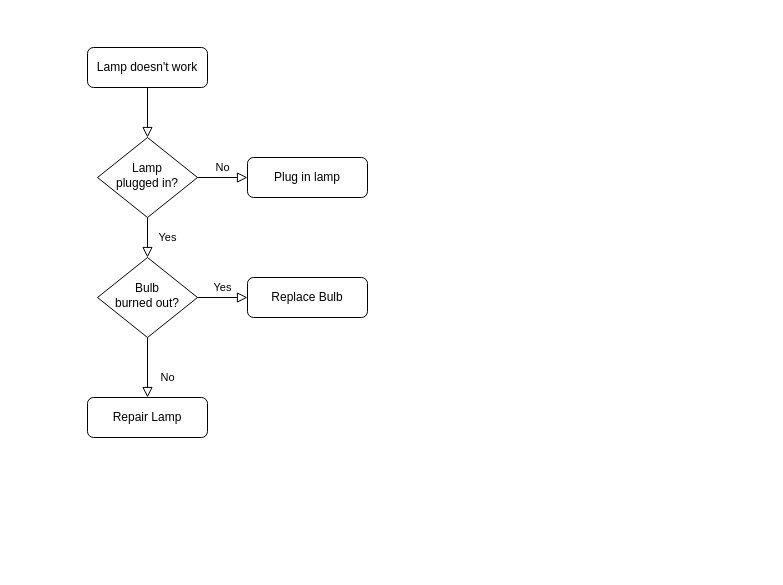
virtualitypage/draw.io keeps this draw.io diagram as ネットワーク構成図/mv_volumes_for_Samba.drawio. Above is the earlier version. Source tidied: cells renumbered, new cells numbered last; positions are measured from the earlier drawing's top-left corner, leaving out a move shared by most shapes. Both pictures are drawn from the tidied source at 100%, with x=0, y=0 at pixel (87, 47).
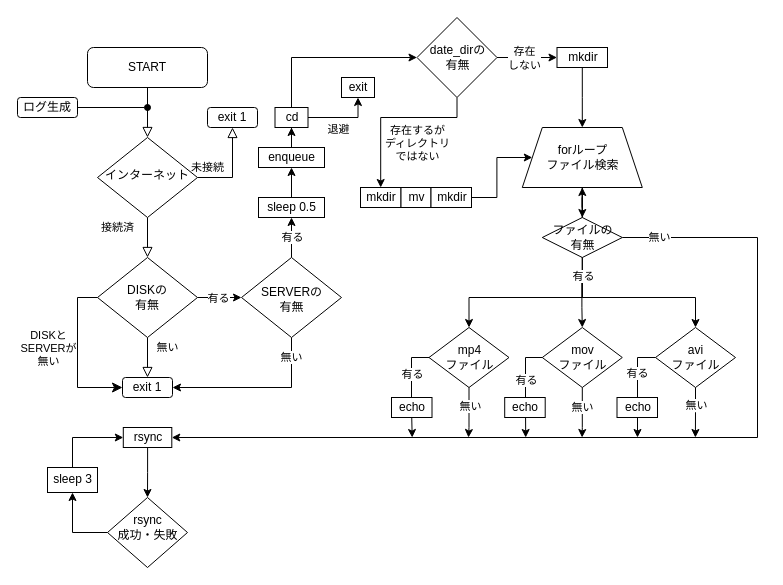
After the change.

Change to the diagram source:
```diff
@@
-    <mxCell id="3" value="Lamp doesn't work" style="rounded=1;whiteSpace=wrap;html=1;fontSize=12;glass=0;strokeWidth=1;shadow=0;" parent="1" vertex="1">
+    <mxCell id="3" value="START" style="rounded=1;whiteSpace=wrap;html=1;fontSize=12;glass=0;strokeWidth=1;shadow=0;" parent="1" vertex="1">
       <mxGeometry width="120" height="40" as="geometry" />
     </mxCell>
-    <mxCell id="4" value="Yes" style="rounded=0;html=1;jettySize=auto;fontSize=11;endArrow=block;endFill=0;endSize=8;strokeWidth=1;shadow=0;labelBackgroundColor=none;edgeStyle=orthogonalEdgeStyle;" parent="1" edge="1" source="6" target="10">
-      <mxGeometry y="20" relative="1" as="geometry" />
+    <mxCell id="4" value="接続済" style="rounded=0;html=1;jettySize=auto;fontSize=11;endArrow=block;endFill=0;endSize=8;strokeWidth=1;shadow=0;labelBackgroundColor=none;edgeStyle=orthogonalEdgeStyle;" parent="1" edge="1" source="6" target="10">
+      <mxGeometry x="-0.5" y="-30" relative="1" as="geometry" />
     </mxCell>
-    <mxCell id="5" value="No" style="edgeStyle=orthogonalEdgeStyle;rounded=0;html=1;jettySize=auto;fontSize=11;endArrow=block;endFill=0;endSize=8;strokeWidth=1;shadow=0;labelBackgroundColor=none;" parent="1" edge="1" source="6" target="7">
-      <mxGeometry y="10" relative="1" as="geometry" />
+    <mxCell id="5" value="未接続" style="edgeStyle=orthogonalEdgeStyle;rounded=0;html=1;jettySize=auto;orthogonalLoop=1;fontSize=11;endArrow=block;endFill=0;endSize=8;strokeWidth=1;shadow=0;labelBackgroundColor=none;exitX=1;exitY=0.5;exitDx=0;exitDy=0;entryX=0.5;entryY=1;entryDx=0;entryDy=0;" parent="1" edge="1">
+      <mxGeometry x="-0.76" y="10" relative="1" as="geometry">
+        <mxPoint x="110" y="130" as="sourcePoint" />
+        <mxPoint x="145" y="80" as="targetPoint" />
+        <Array as="points">
+          <mxPoint x="145" y="130" />
+        </Array>
+      </mxGeometry>
     </mxCell>
-    <mxCell id="6" value="Lamp&lt;br&gt;plugged in?" style="rhombus;whiteSpace=wrap;html=1;shadow=0;fontFamily=Helvetica;fontSize=12;align=center;strokeWidth=1;spacing=6;spacingTop=-4;" parent="1" vertex="1">
+    <mxCell id="6" value="インターネット" style="rhombus;whiteSpace=wrap;html=1;shadow=0;fontFamily=Helvetica;fontSize=12;align=center;strokeWidth=1;spacing=6;spacingTop=-4;" parent="1" vertex="1">
       <mxGeometry x="10" y="90" width="100" height="80" as="geometry" />
     </mxCell>
-    <mxCell id="7" value="Plug in lamp" style="rounded=1;whiteSpace=wrap;html=1;fontSize=12;glass=0;strokeWidth=1;shadow=0;" parent="1" vertex="1">
-      <mxGeometry x="160" y="110" width="120" height="40" as="geometry" />
+    <mxCell id="7" value="exit 1" style="rounded=1;whiteSpace=wrap;html=1;fontSize=12;glass=0;strokeWidth=1;shadow=0;" parent="1" vertex="1">
+      <mxGeometry x="120" y="60" width="50" height="20" as="geometry" />
     </mxCell>
-    <mxCell id="8" value="No" style="rounded=0;html=1;jettySize=auto;fontSize=11;endArrow=block;endFill=0;endSize=8;strokeWidth=1;shadow=0;labelBackgroundColor=none;edgeStyle=orthogonalEdgeStyle;" parent="1" edge="1" source="10" target="11">
-      <mxGeometry x="0.33" y="20" relative="1" as="geometry" />
+    <mxCell id="8" value="無い" style="rounded=0;html=1;jettySize=auto;fontSize=11;endArrow=block;endFill=0;endSize=8;strokeWidth=1;shadow=0;labelBackgroundColor=none;edgeStyle=orthogonalEdgeStyle;" parent="1" edge="1" source="10" target="11">
+      <mxGeometry x="-0.5" y="20" relative="1" as="geometry" />
     </mxCell>
-    <mxCell id="9" value="Yes" style="edgeStyle=orthogonalEdgeStyle;rounded=0;html=1;jettySize=auto;fontSize=11;endArrow=block;endFill=0;endSize=8;strokeWidth=1;shadow=0;labelBackgroundColor=none;" parent="1" edge="1" source="10" target="12">
-      <mxGeometry y="10" relative="1" as="geometry" />
-    </mxCell>
+    <mxCell id="13" style="edgeStyle=orthogonalEdgeStyle;rounded=0;jettySize=auto;html=1;" parent="1" edge="1" source="10" target="22">
+      <mxGeometry relative="1" as="geometry" />
+    </mxCell>
+    <mxCell id="14" value="有る" style="edgeLabel;html=1;align=center;verticalAlign=middle;" parent="13" vertex="1">
+      <mxGeometry x="-0.48" relative="1" as="geometry">
+        <mxPoint x="9" as="offset" />
+      </mxGeometry>
+    </mxCell>
-    <mxCell id="10" value="Bulb&lt;br&gt;burned out?" style="rhombus;whiteSpace=wrap;html=1;shadow=0;fontFamily=Helvetica;fontSize=12;align=center;strokeWidth=1;spacing=6;spacingTop=-4;" parent="1" vertex="1">
+    <mxCell id="10" value="DISKの&lt;div&gt;有無&lt;/div&gt;" style="rhombus;whiteSpace=wrap;html=1;shadow=0;fontFamily=Helvetica;fontSize=12;align=center;strokeWidth=1;spacing=6;spacingTop=0;" parent="1" vertex="1">
       <mxGeometry x="10" y="210" width="100" height="80" as="geometry" />
     </mxCell>
-    <mxCell id="11" value="Repair Lamp" style="rounded=1;whiteSpace=wrap;html=1;fontSize=12;glass=0;strokeWidth=1;shadow=0;" parent="1" vertex="1">
-      <mxGeometry y="350" width="120" height="40" as="geometry" />
+    <mxCell id="11" value="exit 1" style="rounded=1;whiteSpace=wrap;html=1;fontSize=12;glass=0;strokeWidth=1;shadow=0;" parent="1" vertex="1">
+      <mxGeometry x="35" y="330" width="50" height="20" as="geometry" />
     </mxCell>
-    <mxCell id="12" value="Replace Bulb" style="rounded=1;whiteSpace=wrap;html=1;fontSize=12;glass=0;strokeWidth=1;shadow=0;" parent="1" vertex="1">
-      <mxGeometry x="160" y="230" width="120" height="40" as="geometry" />
-    </mxCell>
+    <mxCell id="15" style="edgeStyle=elbowEdgeStyle;elbow=vertical;endArrow=classic;html=1;curved=0;rounded=0;endSize=8;startSize=8;hachureGap=4;fontFamily=Architects Daughter;exitX=0;exitY=0.5;exitDx=0;exitDy=0;entryX=0;entryY=0.5;entryDx=0;entryDy=0;" parent="1" edge="1" source="10" target="11">
+      <mxGeometry relative="1" as="geometry">
+        <Array as="points">
+          <mxPoint x="-10" y="310" />
+        </Array>
+      </mxGeometry>
+    </mxCell>
+    <mxCell id="16" value="DISKと&lt;div&gt;SERVERが&lt;/div&gt;&lt;div&gt;無い&lt;/div&gt;" style="edgeLabel;html=1;align=center;verticalAlign=middle;" parent="15" vertex="1">
+      <mxGeometry x="-0.66" y="1" relative="1" as="geometry">
+        <mxPoint x="-31" y="44" as="offset" />
+      </mxGeometry>
+    </mxCell>
+    <mxCell id="17" style="edgeStyle=orthogonalEdgeStyle;rounded=0;orthogonalLoop=1;jettySize=auto;html=1;endArrow=oval;endFill=1;" parent="1" edge="1">
+      <mxGeometry relative="1" as="geometry">
+        <mxPoint x="-10" y="60" as="sourcePoint" />
+        <mxPoint x="60" y="60" as="targetPoint" />
+      </mxGeometry>
+    </mxCell>
+    <mxCell id="18" value="ログ生成" style="rounded=1;whiteSpace=wrap;html=1;fontSize=12;glass=0;strokeWidth=1;shadow=0;" parent="1" vertex="1">
+      <mxGeometry x="-70" y="50" width="60" height="20" as="geometry" />
+    </mxCell>
+    <mxCell id="19" style="edgeStyle=orthogonalEdgeStyle;rounded=0;jettySize=auto;html=1;" parent="1" edge="1" source="22" target="24">
+      <mxGeometry relative="1" as="geometry" />
+    </mxCell>
+    <mxCell id="20" value="有る" style="edgeLabel;html=1;align=center;verticalAlign=middle;" parent="19" vertex="1">
+      <mxGeometry x="-0.22" relative="1" as="geometry">
+        <mxPoint y="-5" as="offset" />
+      </mxGeometry>
+    </mxCell>
+    <mxCell id="21" value="無い" style="edgeStyle=orthogonalEdgeStyle;rounded=0;jettySize=auto;html=1;entryX=1;entryY=0.5;entryDx=0;entryDy=0;" parent="1" edge="1" source="22" target="11">
+      <mxGeometry x="-0.76" relative="1" as="geometry">
+        <Array as="points">
+          <mxPoint x="204" y="340" />
+        </Array>
+      </mxGeometry>
+    </mxCell>
+    <mxCell id="22" value="SERVERの&lt;div&gt;有無&lt;/div&gt;" style="rhombus;whiteSpace=wrap;html=1;shadow=0;fontFamily=Helvetica;fontSize=12;align=center;strokeWidth=1;spacing=6;spacingTop=3;verticalAlign=middle;horizontal=1;spacingLeft=1;" parent="1" vertex="1">
+      <mxGeometry x="154" y="210" width="100" height="80" as="geometry" />
+    </mxCell>
+    <mxCell id="23" style="edgeStyle=orthogonalEdgeStyle;rounded=0;jettySize=auto;html=1;" parent="1" edge="1" source="24" target="26">
+      <mxGeometry relative="1" as="geometry" />
+    </mxCell>
+    <mxCell id="24" value="sleep 0.5" style="whiteSpace=wrap;html=1;shadow=0;strokeWidth=1;spacing=6;spacingTop=-1;spacingLeft=1;verticalAlign=middle;" parent="1" vertex="1">
+      <mxGeometry x="171" y="150" width="66" height="20" as="geometry" />
+    </mxCell>
+    <mxCell id="25" style="edgeStyle=orthogonalEdgeStyle;rounded=0;jettySize=auto;html=1;" parent="1" edge="1" source="26" target="29">
+      <mxGeometry relative="1" as="geometry" />
+    </mxCell>
+    <mxCell id="26" value="enqueue" style="whiteSpace=wrap;html=1;shadow=0;strokeWidth=1;spacing=6;spacingTop=-1;spacingLeft=1;verticalAlign=middle;" parent="1" vertex="1">
+      <mxGeometry x="171" y="100" width="66" height="20" as="geometry" />
+    </mxCell>
+    <mxCell id="27" style="edgeStyle=orthogonalEdgeStyle;rounded=0;jettySize=auto;html=1;exitX=0.5;exitY=0;exitDx=0;exitDy=0;entryX=0;entryY=0.5;entryDx=0;entryDy=0;" parent="1" edge="1" source="29" target="35">
+      <mxGeometry relative="1" as="geometry">
+        <Array as="points">
+          <mxPoint x="204" y="10" />
+        </Array>
+      </mxGeometry>
+    </mxCell>
+    <mxCell id="28" value="退避" style="edgeLabel;html=1;align=center;verticalAlign=middle;" parent="27" vertex="1">
+      <mxGeometry x="-0.55" relative="1" as="geometry">
+        <mxPoint x="46" y="60" as="offset" />
+      </mxGeometry>
+    </mxCell>
+    <mxCell id="29" value="cd" style="whiteSpace=wrap;html=1;shadow=0;strokeWidth=1;spacing=6;spacingTop=-1;spacingLeft=1;verticalAlign=middle;" parent="1" vertex="1">
+      <mxGeometry x="187.5" y="60" width="33" height="20" as="geometry" />
+    </mxCell>
+    <mxCell id="30" value="exit" style="whiteSpace=wrap;html=1;shadow=0;strokeWidth=1;spacing=6;spacingTop=-1;spacingLeft=1;verticalAlign=middle;" parent="1" vertex="1">
+      <mxGeometry x="254" y="30" width="33" height="20" as="geometry" />
+    </mxCell>
+    <mxCell id="31" style="edgeStyle=orthogonalEdgeStyle;rounded=0;jettySize=auto;html=1;" parent="1" edge="1" source="35" target="37">
+      <mxGeometry relative="1" as="geometry" />
+    </mxCell>
+    <mxCell id="32" value="存在&lt;div&gt;しない&lt;/div&gt;" style="edgeLabel;html=1;align=center;verticalAlign=middle;" parent="31" vertex="1">
+      <mxGeometry x="-0.51" y="-1" relative="1" as="geometry">
+        <mxPoint x="12" y="-1" as="offset" />
+      </mxGeometry>
+    </mxCell>
+    <mxCell id="33" style="edgeStyle=orthogonalEdgeStyle;rounded=0;orthogonalLoop=1;jettySize=auto;html=1;entryX=0.5;entryY=0;entryDx=0;entryDy=0;" parent="1" edge="1">
+      <mxGeometry relative="1" as="geometry">
+        <mxPoint x="369.5" y="50" as="sourcePoint" />
+        <mxPoint x="293.2" y="140" as="targetPoint" />
+        <Array as="points">
+          <mxPoint x="370" y="70" />
+          <mxPoint x="293" y="70" />
+        </Array>
+      </mxGeometry>
+    </mxCell>
+    <mxCell id="34" value="存在するが&lt;div&gt;ディレクトリ&lt;/div&gt;&lt;div&gt;ではない&lt;/div&gt;" style="edgeLabel;html=1;align=center;verticalAlign=middle;" parent="33" vertex="1">
+      <mxGeometry x="-0.08" y="-1" relative="1" as="geometry">
+        <mxPoint x="16" y="26" as="offset" />
+      </mxGeometry>
+    </mxCell>
+    <mxCell id="35" value="date_dirの&lt;div&gt;有無&lt;/div&gt;" style="rhombus;whiteSpace=wrap;html=1;shadow=0;strokeWidth=1;spacing=6;spacingTop=-1;spacingLeft=1;" parent="1" vertex="1">
+      <mxGeometry x="329.5" y="-30" width="80" height="80" as="geometry" />
+    </mxCell>
+    <mxCell id="36" style="edgeStyle=orthogonalEdgeStyle;rounded=0;jettySize=auto;html=1;" parent="1" edge="1" source="37" target="46">
+      <mxGeometry relative="1" as="geometry">
+        <Array as="points">
+          <mxPoint x="495" y="50" />
+          <mxPoint x="495" y="50" />
+        </Array>
+      </mxGeometry>
+    </mxCell>
+    <mxCell id="37" value="mkdir" style="whiteSpace=wrap;html=1;shadow=0;strokeWidth=1;spacing=6;spacingTop=-1;spacingLeft=1;" parent="1" vertex="1">
+      <mxGeometry x="469.5" width="50.5" height="20" as="geometry" />
+    </mxCell>
+    <mxCell id="38" value="mkdir" style="whiteSpace=wrap;html=1;shadow=0;strokeWidth=1;spacing=6;spacingTop=-1;spacingLeft=1;" parent="1" vertex="1">
+      <mxGeometry x="273" y="140" width="40.5" height="20" as="geometry" />
+    </mxCell>
+    <mxCell id="39" value="mv" style="whiteSpace=wrap;html=1;shadow=0;strokeWidth=1;spacing=6;spacingTop=-1;spacingLeft=1;align=center;" parent="1" vertex="1">
+      <mxGeometry x="313.5" y="140" width="30" height="20" as="geometry" />
+    </mxCell>
+    <mxCell id="40" style="edgeStyle=orthogonalEdgeStyle;rounded=0;jettySize=auto;html=1;" parent="1" edge="1" source="41" target="46">
+      <mxGeometry relative="1" as="geometry" />
+    </mxCell>
+    <mxCell id="41" value="mkdir" style="whiteSpace=wrap;html=1;shadow=0;strokeWidth=1;spacing=6;spacingTop=-1;spacingLeft=1;" parent="1" vertex="1">
+      <mxGeometry x="343.5" y="140" width="40.5" height="20" as="geometry" />
+    </mxCell>
+    <mxCell id="42" style="edgeStyle=orthogonalEdgeStyle;rounded=0;jettySize=auto;html=1;entryX=0.5;entryY=0;entryDx=0;entryDy=0;" parent="1" edge="1" source="46" target="49">
+      <mxGeometry relative="1" as="geometry">
+        <Array as="points">
+          <mxPoint x="495" y="250" />
+          <mxPoint x="608" y="250" />
+        </Array>
+      </mxGeometry>
+    </mxCell>
+    <mxCell id="43" value="&lt;div&gt;&lt;br&gt;&lt;/div&gt;" style="edgeLabel;html=1;align=center;verticalAlign=middle;" parent="42" vertex="1">
+      <mxGeometry x="-0.73" y="1" relative="1" as="geometry">
+        <mxPoint x="2" y="-14" as="offset" />
+      </mxGeometry>
+    </mxCell>
+    <mxCell id="44" style="edgeStyle=orthogonalEdgeStyle;rounded=0;jettySize=auto;html=1;exitX=1;exitY=0.5;exitDx=0;exitDy=0;entryX=1;entryY=0.5;entryDx=0;entryDy=0;" parent="1" edge="1" source="58" target="51">
+      <mxGeometry relative="1" as="geometry">
+        <Array as="points">
+          <mxPoint x="670" y="190" />
+          <mxPoint x="670" y="390" />
+        </Array>
+      </mxGeometry>
+    </mxCell>
+    <mxCell id="45" value="無い" style="edgeLabel;html=1;align=center;verticalAlign=middle;" parent="44" vertex="1">
+      <mxGeometry x="-0.92" y="1" relative="1" as="geometry" />
+    </mxCell>
+    <mxCell id="46" value="forループ&lt;div&gt;ファイル検索&lt;/div&gt;" style="shape=trapezoid;perimeter=trapezoidPerimeter;whiteSpace=wrap;html=1;fixedSize=1;shadow=0;strokeWidth=1;spacing=6;spacingTop=-1;spacingLeft=1;" parent="1" vertex="1">
+      <mxGeometry x="434.8" y="80" width="120" height="60" as="geometry" />
+    </mxCell>
+    <mxCell id="47" value="mp4&lt;div&gt;ファイル&lt;/div&gt;" style="rhombus;whiteSpace=wrap;html=1;shadow=0;strokeWidth=1;spacing=6;spacingTop=-1;spacingLeft=1;" parent="1" vertex="1">
+      <mxGeometry x="341.5" y="280" width="80" height="60" as="geometry" />
+    </mxCell>
+    <mxCell id="48" value="mov&lt;div&gt;ファイル&lt;/div&gt;" style="rhombus;whiteSpace=wrap;html=1;shadow=0;strokeWidth=1;spacing=6;spacingTop=-1;spacingLeft=1;" parent="1" vertex="1">
+      <mxGeometry x="454.8" y="280" width="80" height="60" as="geometry" />
+    </mxCell>
+    <mxCell id="49" value="avi&lt;div&gt;ファイル&lt;/div&gt;" style="rhombus;whiteSpace=wrap;html=1;shadow=0;strokeWidth=1;spacing=6;spacingTop=-1;spacingLeft=1;" parent="1" vertex="1">
+      <mxGeometry x="568" y="280" width="80" height="60" as="geometry" />
+    </mxCell>
+    <mxCell id="50" style="edgeStyle=orthogonalEdgeStyle;rounded=0;jettySize=auto;html=1;" parent="1" edge="1" source="51" target="53">
+      <mxGeometry relative="1" as="geometry" />
+    </mxCell>
+    <mxCell id="51" value="rsync" style="whiteSpace=wrap;html=1;shadow=0;strokeWidth=1;spacing=6;spacingTop=-1;spacingLeft=1;" parent="1" vertex="1">
+      <mxGeometry x="35.8" y="380" width="48.5" height="20" as="geometry" />
+    </mxCell>
+    <mxCell id="52" style="edgeStyle=orthogonalEdgeStyle;rounded=0;jettySize=auto;html=1;" parent="1" edge="1" source="53" target="54">
+      <mxGeometry relative="1" as="geometry" />
+    </mxCell>
+    <mxCell id="53" value="rsync&lt;div&gt;成功・失敗&lt;/div&gt;" style="rhombus;whiteSpace=wrap;html=1;shadow=0;strokeWidth=1;spacing=6;spacingTop=-10;spacingLeft=1;" parent="1" vertex="1">
+      <mxGeometry x="20" y="450" width="80" height="70" as="geometry" />
+    </mxCell>
+    <mxCell id="54" value="sleep 3" style="whiteSpace=wrap;html=1;shadow=0;strokeWidth=1;spacing=6;spacingTop=-1;spacingLeft=1;" parent="1" vertex="1">
+      <mxGeometry x="-40" y="420" width="50" height="25" as="geometry" />
+    </mxCell>
+    <mxCell id="55" style="edgeStyle=orthogonalEdgeStyle;rounded=0;jettySize=auto;html=1;entryX=0;entryY=0.5;entryDx=0;entryDy=0;" parent="1" edge="1" target="51">
+      <mxGeometry relative="1" as="geometry">
+        <mxPoint x="-15" y="420" as="sourcePoint" />
+        <Array as="points">
+          <mxPoint x="-15" y="390" />
+        </Array>
+      </mxGeometry>
+    </mxCell>
+    <mxCell id="56" style="edgeStyle=orthogonalEdgeStyle;rounded=0;jettySize=auto;html=1;entryX=0.5;entryY=0;entryDx=0;entryDy=0;exitX=0.5;exitY=1;exitDx=0;exitDy=0;" parent="1" edge="1" source="46" target="47">
+      <mxGeometry relative="1" as="geometry">
+        <Array as="points">
+          <mxPoint x="495" y="250" />
+          <mxPoint x="382" y="250" />
+        </Array>
+      </mxGeometry>
+    </mxCell>
+    <mxCell id="57" style="edgeStyle=orthogonalEdgeStyle;rounded=0;jettySize=auto;html=1;exitX=0.5;exitY=1;exitDx=0;exitDy=0;startArrow=classic;startFill=1;" parent="1" edge="1" source="46" target="58">
+      <mxGeometry relative="1" as="geometry" />
+    </mxCell>
+    <mxCell id="58" value="ファイルの&lt;div&gt;有無&lt;/div&gt;" style="rhombus;whiteSpace=wrap;html=1;shadow=0;strokeWidth=1;spacing=6;spacingTop=-1;spacingLeft=1;" parent="1" vertex="1">
+      <mxGeometry x="454.8" y="170" width="80" height="40" as="geometry" />
+    </mxCell>
+    <mxCell id="59" style="edgeStyle=orthogonalEdgeStyle;rounded=0;jettySize=auto;html=1;entryX=0.5;entryY=0;entryDx=0;entryDy=0;" parent="1" edge="1" target="48">
+      <mxGeometry relative="1" as="geometry">
+        <mxPoint x="494.4" y="230" as="sourcePoint" />
+        <Array as="points">
+          <mxPoint x="494" y="260" />
+          <mxPoint x="495" y="260" />
+        </Array>
+      </mxGeometry>
+    </mxCell>
+    <mxCell id="60" value="有る" style="edgeLabel;html=1;align=center;verticalAlign=middle;" parent="59" vertex="1">
+      <mxGeometry x="-0.7" y="1" relative="1" as="geometry">
+        <mxPoint y="-10" as="offset" />
+      </mxGeometry>
+    </mxCell>
+    <mxCell id="61" style="edgeStyle=orthogonalEdgeStyle;rounded=0;jettySize=auto;html=1;exitX=0.5;exitY=1;exitDx=0;exitDy=0;" parent="1" edge="1" source="47">
+      <mxGeometry relative="1" as="geometry">
+        <mxPoint x="381" y="390" as="targetPoint" />
+        <Array as="points">
+          <mxPoint x="381" y="380" />
+          <mxPoint x="381" y="380" />
+        </Array>
+      </mxGeometry>
+    </mxCell>
+    <mxCell id="62" value="無い" style="edgeLabel;html=1;align=center;verticalAlign=middle;" parent="61" vertex="1">
+      <mxGeometry x="-0.3" y="1" relative="1" as="geometry" />
+    </mxCell>
+    <mxCell id="63" style="edgeStyle=orthogonalEdgeStyle;rounded=0;jettySize=auto;html=1;exitX=0.5;exitY=1;exitDx=0;exitDy=0;" parent="1" edge="1" source="48">
+      <mxGeometry relative="1" as="geometry">
+        <mxPoint x="494.6" y="390" as="targetPoint" />
+        <Array as="points">
+          <mxPoint x="495" y="380" />
+        </Array>
+      </mxGeometry>
+    </mxCell>
+    <mxCell id="64" value="無い" style="edgeLabel;html=1;align=center;verticalAlign=middle;" parent="63" vertex="1">
+      <mxGeometry x="-0.23" relative="1" as="geometry" />
+    </mxCell>
+    <mxCell id="65" style="edgeStyle=orthogonalEdgeStyle;rounded=0;jettySize=auto;html=1;exitX=0.5;exitY=1;exitDx=0;exitDy=0;" parent="1" edge="1" source="49">
+      <mxGeometry relative="1" as="geometry">
+        <mxPoint x="607.9" y="390" as="targetPoint" />
+      </mxGeometry>
+    </mxCell>
+    <mxCell id="66" value="無い" style="edgeLabel;html=1;align=center;verticalAlign=middle;" parent="65" vertex="1">
+      <mxGeometry x="-0.32" relative="1" as="geometry" />
+    </mxCell>
+    <mxCell id="67" style="edgeStyle=orthogonalEdgeStyle;rounded=0;jettySize=auto;html=1;entryX=0.5;entryY=0;entryDx=0;entryDy=0;exitX=0;exitY=0.5;exitDx=0;exitDy=0;" parent="1" edge="1" source="48">
+      <mxGeometry relative="1" as="geometry">
+        <mxPoint x="438.2" y="390" as="targetPoint" />
+        <Array as="points">
+          <mxPoint x="438" y="310" />
+          <mxPoint x="438" y="360" />
+          <mxPoint x="438" y="360" />
+        </Array>
+      </mxGeometry>
+    </mxCell>
+    <mxCell id="68" value="有る" style="edgeLabel;html=1;align=center;verticalAlign=middle;" parent="67" vertex="1">
+      <mxGeometry x="-0.19" relative="1" as="geometry" />
+    </mxCell>
+    <mxCell id="69" style="edgeStyle=orthogonalEdgeStyle;rounded=0;jettySize=auto;html=1;exitX=0;exitY=0.5;exitDx=0;exitDy=0;" parent="1" edge="1" source="49">
+      <mxGeometry relative="1" as="geometry">
+        <mxPoint x="550" y="390" as="targetPoint" />
+        <Array as="points">
+          <mxPoint x="550" y="310" />
+        </Array>
+      </mxGeometry>
+    </mxCell>
+    <mxCell id="70" value="有る" style="edgeLabel;html=1;align=center;verticalAlign=middle;" parent="69" vertex="1">
+      <mxGeometry x="-0.33" y="-1" relative="1" as="geometry" />
+    </mxCell>
+    <mxCell id="71" style="edgeStyle=orthogonalEdgeStyle;rounded=0;jettySize=auto;html=1;entryX=0.5;entryY=0;entryDx=0;entryDy=0;exitX=0;exitY=0.5;exitDx=0;exitDy=0;" parent="1" edge="1" source="47">
+      <mxGeometry relative="1" as="geometry">
+        <mxPoint x="324.7" y="390" as="targetPoint" />
+        <Array as="points">
+          <mxPoint x="324" y="310" />
+          <mxPoint x="324" y="360" />
+        </Array>
+      </mxGeometry>
+    </mxCell>
+    <mxCell id="72" value="有る" style="edgeLabel;html=1;align=center;verticalAlign=middle;" parent="71" vertex="1">
+      <mxGeometry x="-0.3" relative="1" as="geometry" />
+    </mxCell>
+    <mxCell id="73" value="echo" style="whiteSpace=wrap;html=1;shadow=0;strokeWidth=1;spacing=6;spacingTop=-1;spacingLeft=1;" parent="1" vertex="1">
+      <mxGeometry x="417.2" y="350" width="40.5" height="20" as="geometry" />
+    </mxCell>
+    <mxCell id="74" value="echo" style="whiteSpace=wrap;html=1;shadow=0;strokeWidth=1;spacing=6;spacingTop=-1;spacingLeft=1;" parent="1" vertex="1">
+      <mxGeometry x="529.5" y="350" width="40.5" height="20" as="geometry" />
+    </mxCell>
+    <mxCell id="75" value="echo" style="whiteSpace=wrap;html=1;shadow=0;strokeWidth=1;spacing=6;spacingTop=-1;spacingLeft=1;" parent="1" vertex="1">
+      <mxGeometry x="304" y="350" width="40.5" height="20" as="geometry" />
+    </mxCell>
+    <mxCell id="76" style="edgeStyle=orthogonalEdgeStyle;rounded=0;jettySize=auto;html=1;entryX=0.5;entryY=1;entryDx=0;entryDy=0;exitX=1;exitY=0.5;exitDx=0;exitDy=0;" parent="1" edge="1" source="29" target="30">
+      <mxGeometry relative="1" as="geometry" />
+    </mxCell>
```
